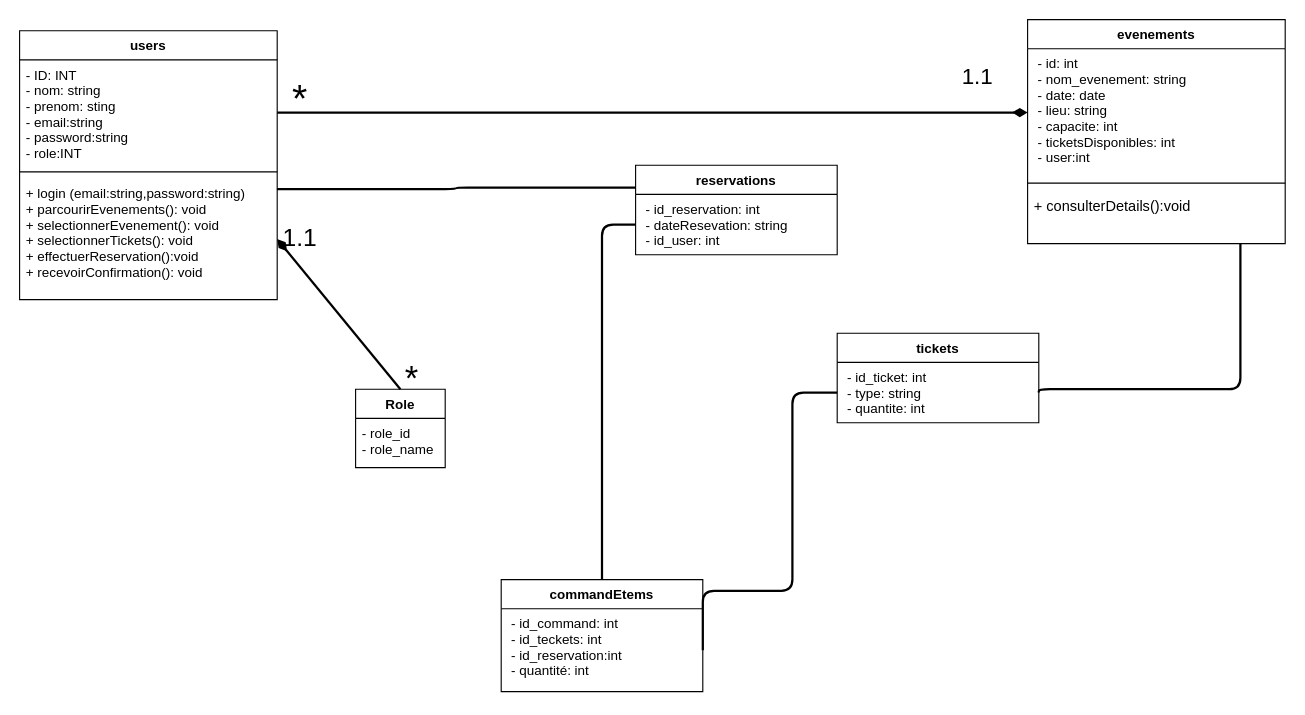
Before: D_classe-Event.drawio in HakiMohamed/You-Event, a draw.io diagram. Source tidied: cells renumbered, new cells numbered last; positions are measured from the earlier drawing's top-left corner, leaving out a move shared by most shapes. Both pictures are drawn from the tidied source at 112%, with x=0, y=0 at pixel (19, 19).
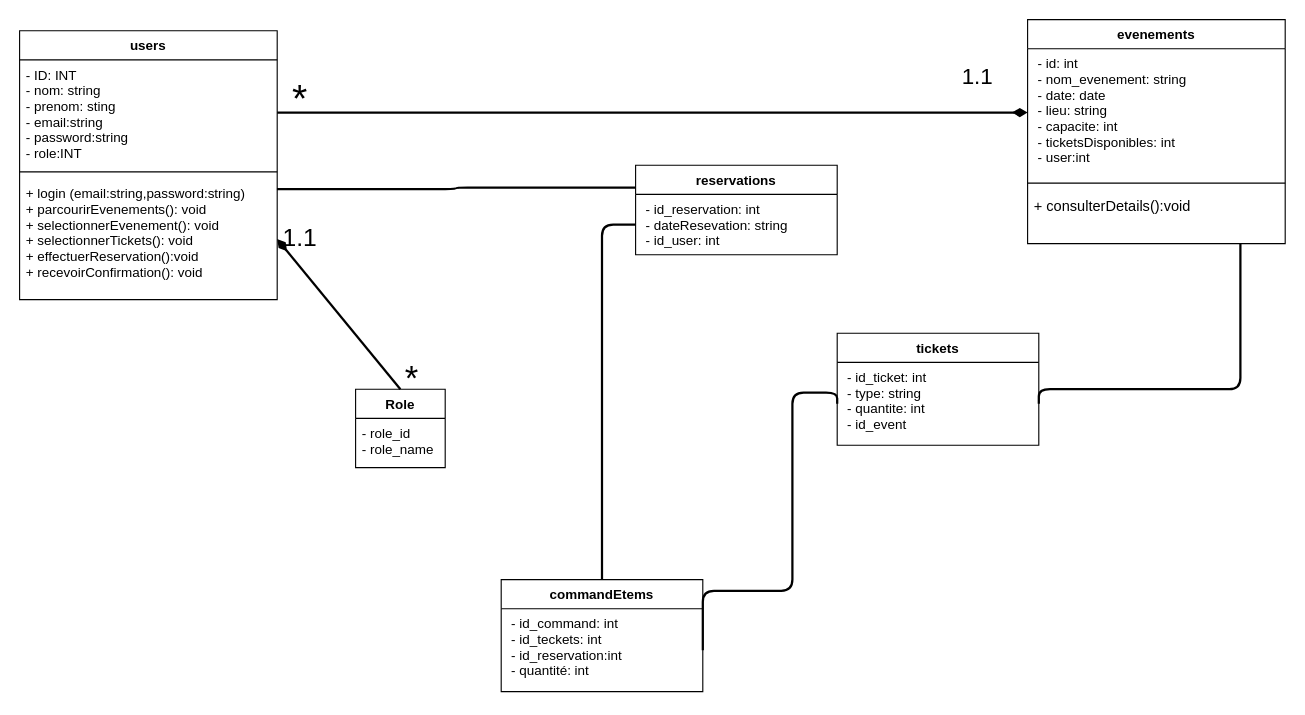
Above is the later version.

The edit, as a diff of the source:
```diff
@@
     <mxCell id="10" value="tickets" style="swimlane;fontStyle=1;align=center;verticalAlign=top;horizontal=1;startSize=26;" parent="1" vertex="1">
-      <mxGeometry x="730" y="280" width="180" height="80" as="geometry" />
+      <mxGeometry x="730" y="280" width="180" height="100" as="geometry" />
     </mxCell>
-    <mxCell id="11" value=" - id_ticket: int                   &#10; - type: string                   &#10; - quantite: int  " style="text;strokeColor=none;fillColor=none;align=left;verticalAlign=top;spacingLeft=4;spacingRight=4;overflow=hidden;points=[[0,0.5],[1,0.5]];portConstraint=eastwest;" parent="10" vertex="1">
-      <mxGeometry y="26" width="180" height="54" as="geometry" />
+    <mxCell id="11" value=" - id_ticket: int                   &#10; - type: string                   &#10; - quantite: int  &#10; - id_event" style="text;strokeColor=none;fillColor=none;align=left;verticalAlign=top;spacingLeft=4;spacingRight=4;overflow=hidden;points=[[0,0.5],[1,0.5]];portConstraint=eastwest;" parent="10" vertex="1">
+      <mxGeometry y="26" width="180" height="74" as="geometry" />
     </mxCell>
```
